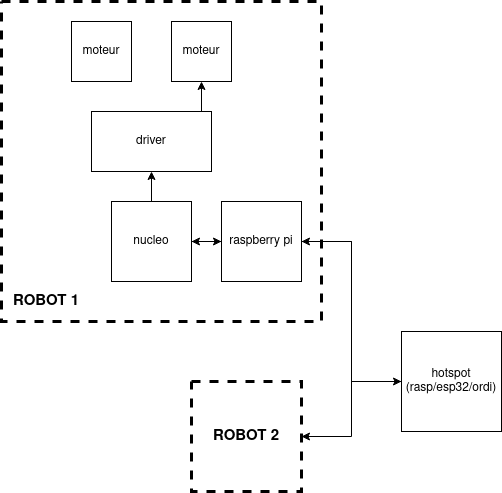
Before: images/organisation_robots.png, a diagram exported from draw.io (eirbot/demo-2023-AC). Source tidied: cells renumbered, new cells last; positions are measured from the earlier drawing's top-left corner, leaving out a move shared by most shapes. The source it was exported from:
```xml
<mxGraphModel>
  <root>
    <mxCell id="0" />
    <mxCell id="1" parent="0" />
    <mxCell id="2" style="whiteSpace=wrap;html=1;dashed=1;fillColor=none;strokeWidth=3;" parent="1" vertex="1">
      <mxGeometry width="320" height="320" as="geometry" />
    </mxCell>
    <mxCell id="3" value="moteur" style="whiteSpace=wrap;html=1;" parent="1" vertex="1">
      <mxGeometry x="70" y="20" width="60" height="60" as="geometry" />
    </mxCell>
    <mxCell id="4" value="moteur" style="whiteSpace=wrap;html=1;" parent="1" vertex="1">
      <mxGeometry x="170" y="20" width="60" height="60" as="geometry" />
    </mxCell>
    <mxCell id="5" style="edgeStyle=orthogonalEdgeStyle;rounded=0;jettySize=auto;html=1;exitX=0.75;exitY=0;exitDx=0;exitDy=0;entryX=0.5;entryY=1;entryDx=0;entryDy=0;" parent="1" edge="1" source="6" target="4">
      <mxGeometry relative="1" as="geometry" />
    </mxCell>
    <mxCell id="6" value="driver" style="rounded=0;whiteSpace=wrap;html=1;" parent="1" vertex="1">
      <mxGeometry x="90" y="110" width="120" height="60" as="geometry" />
    </mxCell>
    <mxCell id="7" style="edgeStyle=orthogonalEdgeStyle;rounded=0;jettySize=auto;html=1;exitX=0.5;exitY=0;exitDx=0;exitDy=0;entryX=0.5;entryY=1;entryDx=0;entryDy=0;" parent="1" edge="1" source="9" target="6">
      <mxGeometry relative="1" as="geometry" />
    </mxCell>
    <mxCell id="8" style="edgeStyle=orthogonalEdgeStyle;rounded=0;jettySize=auto;html=1;exitX=1;exitY=0.5;exitDx=0;exitDy=0;" parent="1" edge="1" source="9">
      <mxGeometry relative="1" as="geometry">
        <mxPoint x="220" y="240" as="targetPoint" />
      </mxGeometry>
    </mxCell>
    <mxCell id="9" value="nucleo" style="whiteSpace=wrap;html=1;" parent="1" vertex="1">
      <mxGeometry x="110" y="200" width="80" height="80" as="geometry" />
    </mxCell>
    <mxCell id="10" style="edgeStyle=orthogonalEdgeStyle;rounded=0;jettySize=auto;html=1;exitX=0;exitY=0.5;exitDx=0;exitDy=0;entryX=1;entryY=0.5;entryDx=0;entryDy=0;" parent="1" edge="1" source="12" target="9">
      <mxGeometry relative="1" as="geometry" />
    </mxCell>
    <mxCell id="11" style="edgeStyle=orthogonalEdgeStyle;rounded=0;jettySize=auto;html=1;exitX=1;exitY=0.5;exitDx=0;exitDy=0;entryX=0;entryY=0.5;entryDx=0;entryDy=0;" parent="1" edge="1" source="12" target="15">
      <mxGeometry relative="1" as="geometry" />
    </mxCell>
    <mxCell id="12" value="&lt;div&gt;raspberry pi&lt;/div&gt;" style="whiteSpace=wrap;html=1;" parent="1" vertex="1">
      <mxGeometry x="220" y="200" width="80" height="80" as="geometry" />
    </mxCell>
    <mxCell id="13" style="edgeStyle=orthogonalEdgeStyle;rounded=0;jettySize=auto;html=1;exitX=0;exitY=0.5;exitDx=0;exitDy=0;entryX=1;entryY=0.5;entryDx=0;entryDy=0;" parent="1" edge="1" source="15" target="12">
      <mxGeometry relative="1" as="geometry" />
    </mxCell>
    <mxCell id="14" style="edgeStyle=orthogonalEdgeStyle;rounded=0;jettySize=auto;html=1;exitX=0;exitY=0.5;exitDx=0;exitDy=0;entryX=1;entryY=0.5;entryDx=0;entryDy=0;" parent="1" edge="1" source="15" target="18">
      <mxGeometry relative="1" as="geometry" />
    </mxCell>
    <mxCell id="15" value="&lt;div&gt;hotspot&lt;/div&gt;&lt;div&gt;(rasp/esp32/ordi)&lt;br&gt;&lt;/div&gt;" style="whiteSpace=wrap;html=1;" parent="1" vertex="1">
      <mxGeometry x="400" y="330" width="100" height="100" as="geometry" />
    </mxCell>
    <mxCell id="16" value="ROBOT 1" style="text;html=1;strokeColor=none;fillColor=none;align=center;verticalAlign=middle;whiteSpace=wrap;rounded=0;fontStyle=1;fontSize=15;" parent="1" vertex="1">
      <mxGeometry y="280" width="90" height="40" as="geometry" />
    </mxCell>
    <mxCell id="17" style="group;" parent="1" vertex="1">
      <mxGeometry x="190" y="380" width="110" height="110" as="geometry" />
    </mxCell>
    <mxCell id="18" style="whiteSpace=wrap;html=1;dashed=1;fillColor=none;strokeWidth=3;" parent="17" vertex="1">
      <mxGeometry width="110" height="110" as="geometry" />
    </mxCell>
    <mxCell id="19" value="ROBOT 2" style="text;html=1;strokeColor=none;fillColor=none;align=center;verticalAlign=middle;whiteSpace=wrap;rounded=0;fontStyle=1;fontSize=15;" parent="17" vertex="1">
      <mxGeometry x="10" y="35" width="90" height="40" as="geometry" />
    </mxCell>
  </root>
</mxGraphModel>
```
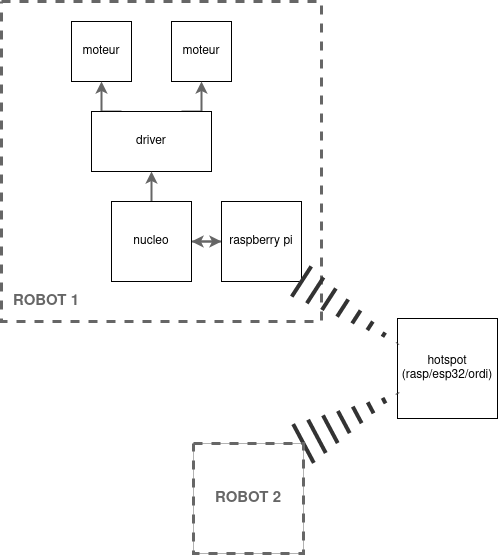
After the change.

The edit, as a diff of the source:
```diff
@@ -1,8 +1,11 @@
-<mxGraphModel>
+<mxGraphModel background="#ffffff">
   <root>
     <mxCell id="0" />
     <mxCell id="1" parent="0" />
+    <mxCell id="10" style="edgeStyle=orthogonalEdgeStyle;rounded=0;jettySize=auto;html=1;exitX=0;exitY=0.5;exitDx=0;exitDy=0;entryX=1;entryY=0.5;entryDx=0;entryDy=0;strokeColor=#666666;strokeWidth=2;" parent="1" edge="1" source="12" target="9">
+      <mxGeometry relative="1" as="geometry" />
+    </mxCell>
-    <mxCell id="2" style="whiteSpace=wrap;html=1;dashed=1;fillColor=none;strokeWidth=3;" parent="1" vertex="1">
+    <mxCell id="2" style="whiteSpace=wrap;html=1;dashed=1;fillColor=none;strokeWidth=3;strokeColor=#666666;" parent="1" vertex="1">
       <mxGeometry width="320" height="320" as="geometry" />
     </mxCell>
     <mxCell id="3" value="moteur" style="whiteSpace=wrap;html=1;" parent="1" vertex="1">
@@ -11,16 +14,19 @@
     <mxCell id="4" value="moteur" style="whiteSpace=wrap;html=1;" parent="1" vertex="1">
       <mxGeometry x="170" y="20" width="60" height="60" as="geometry" />
     </mxCell>
-    <mxCell id="5" style="edgeStyle=orthogonalEdgeStyle;rounded=0;jettySize=auto;html=1;exitX=0.75;exitY=0;exitDx=0;exitDy=0;entryX=0.5;entryY=1;entryDx=0;entryDy=0;" parent="1" edge="1" source="6" target="4">
+    <mxCell id="5" style="edgeStyle=orthogonalEdgeStyle;rounded=0;jettySize=auto;html=1;exitX=0.75;exitY=0;exitDx=0;exitDy=0;entryX=0.5;entryY=1;entryDx=0;entryDy=0;strokeColor=#666666;strokeWidth=2;" parent="1" edge="1" source="6" target="4">
       <mxGeometry relative="1" as="geometry" />
     </mxCell>
+    <mxCell id="20" style="edgeStyle=orthogonalEdgeStyle;rounded=0;jettySize=auto;html=1;exitX=0.25;exitY=0;exitDx=0;exitDy=0;entryX=0.5;entryY=1;entryDx=0;entryDy=0;strokeColor=#666666;strokeWidth=2;" parent="1" edge="1" source="6" target="3">
+      <mxGeometry relative="1" as="geometry" />
+    </mxCell>
     <mxCell id="6" value="driver" style="rounded=0;whiteSpace=wrap;html=1;" parent="1" vertex="1">
       <mxGeometry x="90" y="110" width="120" height="60" as="geometry" />
     </mxCell>
-    <mxCell id="7" style="edgeStyle=orthogonalEdgeStyle;rounded=0;jettySize=auto;html=1;exitX=0.5;exitY=0;exitDx=0;exitDy=0;entryX=0.5;entryY=1;entryDx=0;entryDy=0;" parent="1" edge="1" source="9" target="6">
+    <mxCell id="7" style="edgeStyle=orthogonalEdgeStyle;rounded=0;jettySize=auto;html=1;exitX=0.5;exitY=0;exitDx=0;exitDy=0;entryX=0.5;entryY=1;entryDx=0;entryDy=0;strokeColor=#666666;strokeWidth=2;" parent="1" edge="1" source="9" target="6">
       <mxGeometry relative="1" as="geometry" />
     </mxCell>
-    <mxCell id="8" style="edgeStyle=orthogonalEdgeStyle;rounded=0;jettySize=auto;html=1;exitX=1;exitY=0.5;exitDx=0;exitDy=0;" parent="1" edge="1" source="9">
+    <mxCell id="8" style="edgeStyle=orthogonalEdgeStyle;rounded=0;jettySize=auto;html=1;exitX=1;exitY=0.5;exitDx=0;exitDy=0;strokeColor=#666666;strokeWidth=2;" parent="1" edge="1" source="9">
       <mxGeometry relative="1" as="geometry">
         <mxPoint x="220" y="240" as="targetPoint" />
       </mxGeometry>
@@ -28,35 +34,29 @@
     <mxCell id="9" value="nucleo" style="whiteSpace=wrap;html=1;" parent="1" vertex="1">
       <mxGeometry x="110" y="200" width="80" height="80" as="geometry" />
     </mxCell>
-    <mxCell id="10" style="edgeStyle=orthogonalEdgeStyle;rounded=0;jettySize=auto;html=1;exitX=0;exitY=0.5;exitDx=0;exitDy=0;entryX=1;entryY=0.5;entryDx=0;entryDy=0;" parent="1" edge="1" source="12" target="9">
-      <mxGeometry relative="1" as="geometry" />
-    </mxCell>
-    <mxCell id="11" style="edgeStyle=orthogonalEdgeStyle;rounded=0;jettySize=auto;html=1;exitX=1;exitY=0.5;exitDx=0;exitDy=0;entryX=0;entryY=0.5;entryDx=0;entryDy=0;" parent="1" edge="1" source="12" target="15">
-      <mxGeometry relative="1" as="geometry" />
-    </mxCell>
     <mxCell id="12" value="&lt;div&gt;raspberry pi&lt;/div&gt;" style="whiteSpace=wrap;html=1;" parent="1" vertex="1">
       <mxGeometry x="220" y="200" width="80" height="80" as="geometry" />
     </mxCell>
-    <mxCell id="13" style="edgeStyle=orthogonalEdgeStyle;rounded=0;jettySize=auto;html=1;exitX=0;exitY=0.5;exitDx=0;exitDy=0;entryX=1;entryY=0.5;entryDx=0;entryDy=0;" parent="1" edge="1" source="15" target="12">
-      <mxGeometry relative="1" as="geometry" />
-    </mxCell>
-    <mxCell id="14" style="edgeStyle=orthogonalEdgeStyle;rounded=0;jettySize=auto;html=1;exitX=0;exitY=0.5;exitDx=0;exitDy=0;entryX=1;entryY=0.5;entryDx=0;entryDy=0;" parent="1" edge="1" source="15" target="18">
-      <mxGeometry relative="1" as="geometry" />
-    </mxCell>
     <mxCell id="15" value="&lt;div&gt;hotspot&lt;/div&gt;&lt;div&gt;(rasp/esp32/ordi)&lt;br&gt;&lt;/div&gt;" style="whiteSpace=wrap;html=1;" parent="1" vertex="1">
-      <mxGeometry x="400" y="330" width="100" height="100" as="geometry" />
+      <mxGeometry x="396" y="317" width="100" height="100" as="geometry" />
     </mxCell>
-    <mxCell id="16" value="ROBOT 1" style="text;html=1;strokeColor=none;fillColor=none;align=center;verticalAlign=middle;whiteSpace=wrap;rounded=0;fontStyle=1;fontSize=15;" parent="1" vertex="1">
+    <mxCell id="16" value="&lt;font color=&quot;#666666&quot;&gt;ROBOT 1&lt;/font&gt;" style="text;html=1;strokeColor=none;fillColor=none;align=center;verticalAlign=middle;whiteSpace=wrap;rounded=0;fontStyle=1;fontSize=15;" parent="1" vertex="1">
       <mxGeometry y="280" width="90" height="40" as="geometry" />
     </mxCell>
-    <mxCell id="17" style="group;" parent="1" vertex="1">
-      <mxGeometry x="190" y="380" width="110" height="110" as="geometry" />
+    <mxCell id="17" style="group;strokeColor=#B3B3B3;" parent="1" vertex="1">
+      <mxGeometry x="192" y="442" width="110" height="110" as="geometry" />
     </mxCell>
+    <mxCell id="11" style="shape=mxgraph.arrows2.wedgeArrowDashed2;html=1;startWidth=18;stepSize=15;rounded=0;entryX=0;entryY=0.25;entryDx=0;entryDy=0;exitX=1;exitY=1;exitDx=0;exitDy=0;strokeColor=#333333;strokeWidth=4;" parent="1" edge="1" source="12" target="15">
+      <mxGeometry relative="1" as="geometry" />
+    </mxCell>
+    <mxCell id="21" style="shape=mxgraph.arrows2.wedgeArrowDashed2;html=1;startWidth=22;stepSize=15;rounded=0;entryX=0;entryY=0.75;entryDx=0;entryDy=0;exitX=1;exitY=0;exitDx=0;exitDy=0;strokeColor=#333333;strokeWidth=4;" parent="1" edge="1" source="18" target="15">
+      <mxGeometry relative="1" as="geometry" />
+    </mxCell>
-    <mxCell id="18" style="whiteSpace=wrap;html=1;dashed=1;fillColor=none;strokeWidth=3;" parent="17" vertex="1">
-      <mxGeometry width="110" height="110" as="geometry" />
+    <mxCell id="18" style="whiteSpace=wrap;html=1;dashed=1;fillColor=none;strokeWidth=3;strokeColor=#666666;" parent="1" vertex="1">
+      <mxGeometry x="192" y="442" width="110" height="110" as="geometry" />
     </mxCell>
-    <mxCell id="19" value="ROBOT 2" style="text;html=1;strokeColor=none;fillColor=none;align=center;verticalAlign=middle;whiteSpace=wrap;rounded=0;fontStyle=1;fontSize=15;" parent="17" vertex="1">
-      <mxGeometry x="10" y="35" width="90" height="40" as="geometry" />
+    <mxCell id="19" value="&lt;font color=&quot;#666666&quot;&gt;ROBOT 2&lt;/font&gt;" style="text;html=1;strokeColor=none;fillColor=none;align=center;verticalAlign=middle;whiteSpace=wrap;rounded=0;fontStyle=1;fontSize=15;" parent="1" vertex="1">
+      <mxGeometry x="202" y="477" width="90" height="40" as="geometry" />
     </mxCell>
   </root>
 </mxGraphModel>
```
